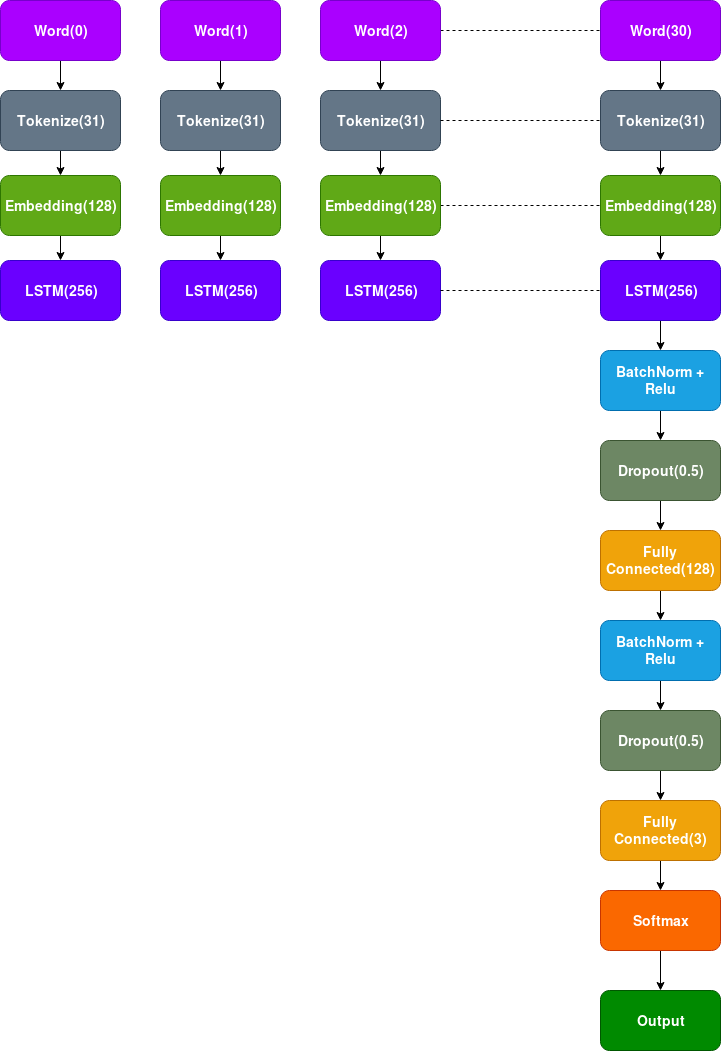
MohamedAli1995/Virgin-Airline-Tweets-Sentiment-Prediction keeps this draw.io diagram as saved_models/diagrams/sentiment_analysis_model_arch.png. Above is the earlier version. Source tidied: cells renumbered, new cells last; positions are measured from the earlier drawing's top-left corner, leaving out a move shared by most shapes. Its diagram source:
```xml
<mxGraphModel>
  <root>
    <mxCell id="0" />
    <mxCell id="1" parent="0" />
    <mxCell id="2" value="LSTM(256)" style="rounded=1;whiteSpace=wrap;html=1;fillColor=#6a00ff;strokeColor=#3700CC;fontColor=#FFFFFF;fontStyle=1;fontSize=14;" parent="1" vertex="1">
      <mxGeometry y="260" width="120" height="60" as="geometry" />
    </mxCell>
    <mxCell id="3" value="LSTM(256)" style="rounded=1;whiteSpace=wrap;html=1;fillColor=#6a00ff;strokeColor=#3700CC;fontColor=#FFFFFF;fontStyle=1;fontSize=14;" parent="1" vertex="1">
      <mxGeometry x="160" y="260" width="120" height="60" as="geometry" />
    </mxCell>
    <mxCell id="4" value="LSTM(256)" style="rounded=1;whiteSpace=wrap;html=1;fillColor=#6a00ff;strokeColor=#3700CC;fontColor=#FFFFFF;fontStyle=1;fontSize=14;" parent="1" vertex="1">
      <mxGeometry x="320" y="260" width="120" height="60" as="geometry" />
    </mxCell>
    <mxCell id="5" style="edgeStyle=orthogonalEdgeStyle;rounded=0;jettySize=auto;html=1;fontSize=16;fontColor=#FFFFFF;" parent="1" edge="1" source="6" target="9">
      <mxGeometry relative="1" as="geometry" />
    </mxCell>
    <mxCell id="6" value="LSTM(256)" style="rounded=1;whiteSpace=wrap;html=1;fillColor=#6a00ff;strokeColor=#3700CC;fontColor=#FFFFFF;fontStyle=1;fontSize=14;" parent="1" vertex="1">
      <mxGeometry x="600" y="260" width="120" height="60" as="geometry" />
    </mxCell>
    <mxCell id="7" style="endArrow=none;dashed=1;html=1;fontSize=20;entryX=0;entryY=0.5;entryDx=0;entryDy=0;exitX=1;exitY=0.5;exitDx=0;exitDy=0;" parent="1" edge="1" source="4" target="6">
      <mxGeometry relative="1" as="geometry" />
    </mxCell>
    <mxCell id="8" style="edgeStyle=orthogonalEdgeStyle;rounded=0;jettySize=auto;html=1;entryX=0.5;entryY=0;entryDx=0;entryDy=0;fontSize=16;fontColor=#FFFFFF;" parent="1" edge="1" source="9" target="11">
      <mxGeometry relative="1" as="geometry" />
    </mxCell>
    <mxCell id="9" value="BatchNorm + Relu" style="rounded=1;whiteSpace=wrap;html=1;fillColor=#1ba1e2;strokeColor=#006EAF;fontColor=#ffffff;fontStyle=1;fontSize=14;" parent="1" vertex="1">
      <mxGeometry x="600" y="350" width="120" height="60" as="geometry" />
    </mxCell>
    <mxCell id="10" style="edgeStyle=orthogonalEdgeStyle;rounded=0;jettySize=auto;html=1;entryX=0.5;entryY=0;entryDx=0;entryDy=0;fontSize=16;fontColor=#FFFFFF;" parent="1" edge="1" source="11" target="31">
      <mxGeometry relative="1" as="geometry" />
    </mxCell>
    <mxCell id="11" value="Dropout(0.5)" style="rounded=1;whiteSpace=wrap;html=1;fillColor=#6d8764;strokeColor=#3A5431;fontStyle=1;fontSize=14;fontColor=#ffffff;" parent="1" vertex="1">
      <mxGeometry x="600" y="440" width="120" height="60" as="geometry" />
    </mxCell>
    <mxCell id="12" style="edgeStyle=orthogonalEdgeStyle;rounded=0;jettySize=auto;html=1;fontSize=16;fontColor=#FFFFFF;" parent="1" edge="1" source="13" target="23">
      <mxGeometry relative="1" as="geometry" />
    </mxCell>
    <mxCell id="13" value="Tokenize(31)" style="rounded=1;whiteSpace=wrap;html=1;fillColor=#647687;strokeColor=#314354;fontSize=14;fontStyle=1;fontColor=#ffffff;" parent="1" vertex="1">
      <mxGeometry y="90" width="120" height="60" as="geometry" />
    </mxCell>
    <mxCell id="14" style="edgeStyle=orthogonalEdgeStyle;rounded=0;jettySize=auto;html=1;entryX=0.5;entryY=0;entryDx=0;entryDy=0;fontSize=16;fontColor=#FFFFFF;" parent="1" edge="1" source="15" target="25">
      <mxGeometry relative="1" as="geometry" />
    </mxCell>
    <mxCell id="15" value="Tokenize(31)" style="rounded=1;whiteSpace=wrap;html=1;fillColor=#647687;strokeColor=#314354;fontSize=14;fontStyle=1;fontColor=#ffffff;" parent="1" vertex="1">
      <mxGeometry x="160" y="90" width="120" height="60" as="geometry" />
    </mxCell>
    <mxCell id="16" style="edgeStyle=orthogonalEdgeStyle;rounded=0;jettySize=auto;html=1;fontSize=16;fontColor=#FFFFFF;" parent="1" edge="1" source="17" target="27">
      <mxGeometry relative="1" as="geometry" />
    </mxCell>
    <mxCell id="17" value="Tokenize(31)" style="rounded=1;whiteSpace=wrap;html=1;fillColor=#647687;strokeColor=#314354;fontSize=14;fontStyle=1;fontColor=#ffffff;" parent="1" vertex="1">
      <mxGeometry x="320" y="90" width="120" height="60" as="geometry" />
    </mxCell>
    <mxCell id="18" style="edgeStyle=orthogonalEdgeStyle;rounded=0;jettySize=auto;html=1;fontSize=16;fontColor=#FFFFFF;" parent="1" edge="1" source="19" target="29">
      <mxGeometry relative="1" as="geometry" />
    </mxCell>
    <mxCell id="19" value="Tokenize(31)" style="rounded=1;whiteSpace=wrap;html=1;fillColor=#647687;strokeColor=#314354;fontSize=14;fontStyle=1;fontColor=#ffffff;" parent="1" vertex="1">
      <mxGeometry x="600" y="90" width="120" height="60" as="geometry" />
    </mxCell>
    <mxCell id="20" style="endArrow=none;dashed=1;html=1;fontSize=20;entryX=0;entryY=0.5;entryDx=0;entryDy=0;exitX=1;exitY=0.5;exitDx=0;exitDy=0;" parent="1" edge="1" source="17" target="19">
      <mxGeometry relative="1" as="geometry" />
    </mxCell>
    <mxCell id="21" style="endArrow=none;dashed=1;html=1;fontSize=20;entryX=0;entryY=0.5;entryDx=0;entryDy=0;exitX=1;exitY=0.5;exitDx=0;exitDy=0;" parent="1" edge="1" source="27" target="29">
      <mxGeometry relative="1" as="geometry" />
    </mxCell>
    <mxCell id="22" style="edgeStyle=orthogonalEdgeStyle;rounded=0;jettySize=auto;html=1;entryX=0.5;entryY=0;entryDx=0;entryDy=0;fontSize=16;fontColor=#FFFFFF;" parent="1" edge="1" source="23" target="2">
      <mxGeometry relative="1" as="geometry" />
    </mxCell>
    <mxCell id="23" value="Embedding(128)" style="rounded=1;whiteSpace=wrap;html=1;fillColor=#60a917;strokeColor=#2D7600;fontColor=#ffffff;fontSize=14;fontStyle=1;" parent="1" vertex="1">
      <mxGeometry y="175" width="120" height="60" as="geometry" />
    </mxCell>
    <mxCell id="24" style="edgeStyle=orthogonalEdgeStyle;rounded=0;jettySize=auto;html=1;fontSize=16;fontColor=#FFFFFF;" parent="1" edge="1" source="25" target="3">
      <mxGeometry relative="1" as="geometry" />
    </mxCell>
    <mxCell id="25" value="Embedding(128)" style="rounded=1;whiteSpace=wrap;html=1;fillColor=#60a917;strokeColor=#2D7600;fontColor=#ffffff;fontSize=14;fontStyle=1;" parent="1" vertex="1">
      <mxGeometry x="160" y="175" width="120" height="60" as="geometry" />
    </mxCell>
    <mxCell id="26" style="edgeStyle=orthogonalEdgeStyle;rounded=0;jettySize=auto;html=1;fontSize=16;fontColor=#FFFFFF;" parent="1" edge="1" source="27" target="4">
      <mxGeometry relative="1" as="geometry" />
    </mxCell>
    <mxCell id="27" value="Embedding(128)" style="rounded=1;whiteSpace=wrap;html=1;fillColor=#60a917;strokeColor=#2D7600;fontColor=#ffffff;fontSize=14;fontStyle=1;" parent="1" vertex="1">
      <mxGeometry x="320" y="175" width="120" height="60" as="geometry" />
    </mxCell>
    <mxCell id="28" style="edgeStyle=orthogonalEdgeStyle;rounded=0;jettySize=auto;html=1;entryX=0.5;entryY=0;entryDx=0;entryDy=0;fontSize=16;fontColor=#FFFFFF;" parent="1" edge="1" source="29" target="6">
      <mxGeometry relative="1" as="geometry" />
    </mxCell>
    <mxCell id="29" value="Embedding(128)" style="rounded=1;whiteSpace=wrap;html=1;fillColor=#60a917;strokeColor=#2D7600;fontColor=#ffffff;fontSize=14;fontStyle=1;" parent="1" vertex="1">
      <mxGeometry x="600" y="175" width="120" height="60" as="geometry" />
    </mxCell>
    <mxCell id="30" style="edgeStyle=orthogonalEdgeStyle;rounded=0;jettySize=auto;html=1;entryX=0.5;entryY=0;entryDx=0;entryDy=0;fontSize=16;fontColor=#FFFFFF;" parent="1" edge="1" source="31" target="33">
      <mxGeometry relative="1" as="geometry" />
    </mxCell>
    <mxCell id="31" value="Fully Connected(128)" style="rounded=1;whiteSpace=wrap;html=1;fillColor=#f0a30a;strokeColor=#BD7000;fontStyle=1;fontSize=14;fontColor=#ffffff;" parent="1" vertex="1">
      <mxGeometry x="600" y="530" width="120" height="60" as="geometry" />
    </mxCell>
    <mxCell id="32" style="edgeStyle=orthogonalEdgeStyle;rounded=0;jettySize=auto;html=1;entryX=0.5;entryY=0;entryDx=0;entryDy=0;fontSize=16;fontColor=#FFFFFF;" parent="1" edge="1" source="33" target="35">
      <mxGeometry relative="1" as="geometry" />
    </mxCell>
    <mxCell id="33" value="BatchNorm + Relu" style="rounded=1;whiteSpace=wrap;html=1;fillColor=#1ba1e2;strokeColor=#006EAF;fontColor=#ffffff;fontStyle=1;fontSize=14;" parent="1" vertex="1">
      <mxGeometry x="600" y="620" width="120" height="60" as="geometry" />
    </mxCell>
    <mxCell id="34" style="edgeStyle=orthogonalEdgeStyle;rounded=0;jettySize=auto;html=1;fontSize=16;fontColor=#FFFFFF;" parent="1" edge="1" source="35" target="37">
      <mxGeometry relative="1" as="geometry" />
    </mxCell>
    <mxCell id="35" value="Dropout(0.5)" style="rounded=1;whiteSpace=wrap;html=1;fillColor=#6d8764;strokeColor=#3A5431;fontStyle=1;fontSize=14;fontColor=#ffffff;" parent="1" vertex="1">
      <mxGeometry x="600" y="710" width="120" height="60" as="geometry" />
    </mxCell>
    <mxCell id="36" style="edgeStyle=orthogonalEdgeStyle;rounded=0;jettySize=auto;html=1;entryX=0.5;entryY=0;entryDx=0;entryDy=0;fontSize=16;fontColor=#FFFFFF;" parent="1" edge="1" source="37" target="39">
      <mxGeometry relative="1" as="geometry" />
    </mxCell>
    <mxCell id="37" value="Fully Connected(3)" style="rounded=1;whiteSpace=wrap;html=1;fillColor=#f0a30a;strokeColor=#BD7000;fontStyle=1;fontSize=14;fontColor=#ffffff;" parent="1" vertex="1">
      <mxGeometry x="600" y="800" width="120" height="60" as="geometry" />
    </mxCell>
    <mxCell id="38" style="edgeStyle=orthogonalEdgeStyle;rounded=0;jettySize=auto;html=1;fontSize=16;fontColor=#FFFFFF;" parent="1" edge="1" source="39" target="40">
      <mxGeometry relative="1" as="geometry" />
    </mxCell>
    <mxCell id="39" value="Softmax" style="rounded=1;whiteSpace=wrap;html=1;fillColor=#fa6800;strokeColor=#C73500;fontStyle=1;fontSize=14;fontColor=#ffffff;" parent="1" vertex="1">
      <mxGeometry x="600" y="890" width="120" height="60" as="geometry" />
    </mxCell>
    <mxCell id="40" value="Output" style="rounded=1;whiteSpace=wrap;html=1;fillColor=#008a00;strokeColor=#005700;fontStyle=1;fontSize=14;fontColor=#ffffff;" parent="1" vertex="1">
      <mxGeometry x="600" y="990" width="120" height="60" as="geometry" />
    </mxCell>
    <mxCell id="41" style="edgeStyle=orthogonalEdgeStyle;rounded=0;jettySize=auto;html=1;exitX=0.5;exitY=1;exitDx=0;exitDy=0;entryX=0.5;entryY=0;entryDx=0;entryDy=0;fontSize=14;fontColor=#FFFFFF;" parent="1" edge="1" source="42" target="19">
      <mxGeometry relative="1" as="geometry" />
    </mxCell>
    <mxCell id="42" value="Word(30)" style="rounded=1;whiteSpace=wrap;html=1;fillColor=#aa00ff;strokeColor=#7700CC;fontSize=14;fontStyle=1;fontColor=#ffffff;" parent="1" vertex="1">
      <mxGeometry x="600" width="120" height="60" as="geometry" />
    </mxCell>
    <mxCell id="43" style="endArrow=none;dashed=1;html=1;fontSize=20;entryX=0;entryY=0.5;entryDx=0;entryDy=0;exitX=1;exitY=0.5;exitDx=0;exitDy=0;" parent="1" edge="1" source="45" target="42">
      <mxGeometry relative="1" as="geometry" />
    </mxCell>
    <mxCell id="44" style="edgeStyle=orthogonalEdgeStyle;rounded=0;jettySize=auto;html=1;exitX=0.5;exitY=1;exitDx=0;exitDy=0;entryX=0.5;entryY=0;entryDx=0;entryDy=0;fontSize=14;fontColor=#FFFFFF;" parent="1" edge="1" source="45" target="17">
      <mxGeometry relative="1" as="geometry" />
    </mxCell>
    <mxCell id="45" value="Word(2)" style="rounded=1;whiteSpace=wrap;html=1;fillColor=#aa00ff;strokeColor=#7700CC;fontSize=14;fontStyle=1;fontColor=#ffffff;" parent="1" vertex="1">
      <mxGeometry x="320" width="120" height="60" as="geometry" />
    </mxCell>
    <mxCell id="46" style="edgeStyle=orthogonalEdgeStyle;rounded=0;jettySize=auto;html=1;exitX=0.5;exitY=1;exitDx=0;exitDy=0;entryX=0.5;entryY=0;entryDx=0;entryDy=0;fontSize=14;fontColor=#FFFFFF;" parent="1" edge="1" source="47" target="15">
      <mxGeometry relative="1" as="geometry" />
    </mxCell>
    <mxCell id="47" value="Word(1)" style="rounded=1;whiteSpace=wrap;html=1;fillColor=#aa00ff;strokeColor=#7700CC;fontSize=14;fontStyle=1;fontColor=#ffffff;" parent="1" vertex="1">
      <mxGeometry x="160" width="120" height="60" as="geometry" />
    </mxCell>
    <mxCell id="48" style="edgeStyle=orthogonalEdgeStyle;rounded=0;jettySize=auto;html=1;exitX=0.5;exitY=1;exitDx=0;exitDy=0;entryX=0.5;entryY=0;entryDx=0;entryDy=0;fontSize=14;fontColor=#FFFFFF;" parent="1" edge="1" source="49" target="13">
      <mxGeometry relative="1" as="geometry" />
    </mxCell>
    <mxCell id="49" value="Word(0)" style="rounded=1;whiteSpace=wrap;html=1;fillColor=#aa00ff;strokeColor=#7700CC;fontSize=14;fontStyle=1;fontColor=#ffffff;" parent="1" vertex="1">
      <mxGeometry width="120" height="60" as="geometry" />
    </mxCell>
  </root>
</mxGraphModel>
```
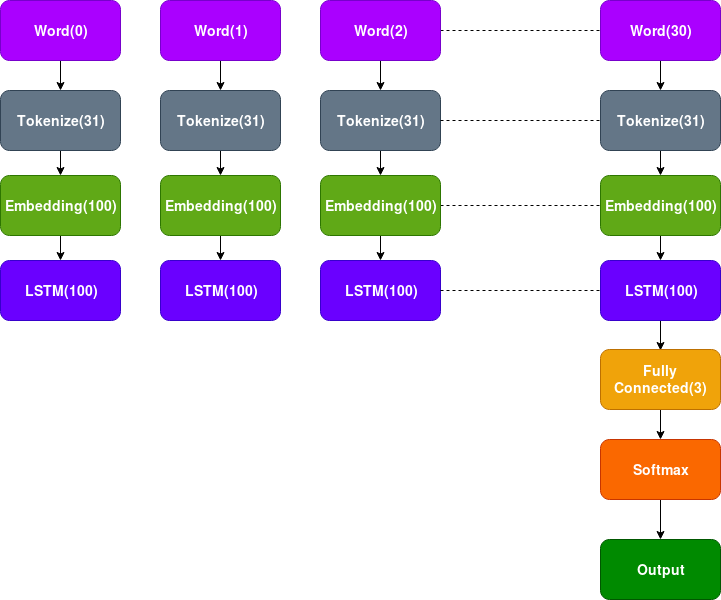
After the commit.

What changed in the source:
```diff
@@ -2,36 +2,26 @@
   <root>
     <mxCell id="0" />
     <mxCell id="1" parent="0" />
-    <mxCell id="2" value="LSTM(256)" style="rounded=1;whiteSpace=wrap;html=1;fillColor=#6a00ff;strokeColor=#3700CC;fontColor=#FFFFFF;fontStyle=1;fontSize=14;" parent="1" vertex="1">
+    <mxCell id="2" value="LSTM(100)" style="rounded=1;whiteSpace=wrap;html=1;fillColor=#6a00ff;strokeColor=#3700CC;fontColor=#FFFFFF;fontStyle=1;fontSize=14;" parent="1" vertex="1">
       <mxGeometry y="260" width="120" height="60" as="geometry" />
     </mxCell>
-    <mxCell id="3" value="LSTM(256)" style="rounded=1;whiteSpace=wrap;html=1;fillColor=#6a00ff;strokeColor=#3700CC;fontColor=#FFFFFF;fontStyle=1;fontSize=14;" parent="1" vertex="1">
+    <mxCell id="3" value="LSTM(100)" style="rounded=1;whiteSpace=wrap;html=1;fillColor=#6a00ff;strokeColor=#3700CC;fontColor=#FFFFFF;fontStyle=1;fontSize=14;" parent="1" vertex="1">
       <mxGeometry x="160" y="260" width="120" height="60" as="geometry" />
     </mxCell>
-    <mxCell id="4" value="LSTM(256)" style="rounded=1;whiteSpace=wrap;html=1;fillColor=#6a00ff;strokeColor=#3700CC;fontColor=#FFFFFF;fontStyle=1;fontSize=14;" parent="1" vertex="1">
+    <mxCell id="4" value="LSTM(100)" style="rounded=1;whiteSpace=wrap;html=1;fillColor=#6a00ff;strokeColor=#3700CC;fontColor=#FFFFFF;fontStyle=1;fontSize=14;" parent="1" vertex="1">
       <mxGeometry x="320" y="260" width="120" height="60" as="geometry" />
     </mxCell>
-    <mxCell id="5" style="edgeStyle=orthogonalEdgeStyle;rounded=0;jettySize=auto;html=1;fontSize=16;fontColor=#FFFFFF;" parent="1" edge="1" source="6" target="9">
-      <mxGeometry relative="1" as="geometry" />
+    <mxCell id="5" style="edgeStyle=orthogonalEdgeStyle;rounded=0;jettySize=auto;html=1;fontSize=16;fontColor=#FFFFFF;" parent="1" edge="1" source="6">
+      <mxGeometry relative="1" as="geometry">
+        <mxPoint x="660" y="350" as="targetPoint" />
+      </mxGeometry>
     </mxCell>
-    <mxCell id="6" value="LSTM(256)" style="rounded=1;whiteSpace=wrap;html=1;fillColor=#6a00ff;strokeColor=#3700CC;fontColor=#FFFFFF;fontStyle=1;fontSize=14;" parent="1" vertex="1">
+    <mxCell id="6" value="LSTM(100)" style="rounded=1;whiteSpace=wrap;html=1;fillColor=#6a00ff;strokeColor=#3700CC;fontColor=#FFFFFF;fontStyle=1;fontSize=14;" parent="1" vertex="1">
       <mxGeometry x="600" y="260" width="120" height="60" as="geometry" />
     </mxCell>
     <mxCell id="7" style="endArrow=none;dashed=1;html=1;fontSize=20;entryX=0;entryY=0.5;entryDx=0;entryDy=0;exitX=1;exitY=0.5;exitDx=0;exitDy=0;" parent="1" edge="1" source="4" target="6">
       <mxGeometry relative="1" as="geometry" />
     </mxCell>
-    <mxCell id="8" style="edgeStyle=orthogonalEdgeStyle;rounded=0;jettySize=auto;html=1;entryX=0.5;entryY=0;entryDx=0;entryDy=0;fontSize=16;fontColor=#FFFFFF;" parent="1" edge="1" source="9" target="11">
-      <mxGeometry relative="1" as="geometry" />
-    </mxCell>
-    <mxCell id="9" value="BatchNorm + Relu" style="rounded=1;whiteSpace=wrap;html=1;fillColor=#1ba1e2;strokeColor=#006EAF;fontColor=#ffffff;fontStyle=1;fontSize=14;" parent="1" vertex="1">
-      <mxGeometry x="600" y="350" width="120" height="60" as="geometry" />
-    </mxCell>
-    <mxCell id="10" style="edgeStyle=orthogonalEdgeStyle;rounded=0;jettySize=auto;html=1;entryX=0.5;entryY=0;entryDx=0;entryDy=0;fontSize=16;fontColor=#FFFFFF;" parent="1" edge="1" source="11" target="31">
-      <mxGeometry relative="1" as="geometry" />
-    </mxCell>
-    <mxCell id="11" value="Dropout(0.5)" style="rounded=1;whiteSpace=wrap;html=1;fillColor=#6d8764;strokeColor=#3A5431;fontStyle=1;fontSize=14;fontColor=#ffffff;" parent="1" vertex="1">
-      <mxGeometry x="600" y="440" width="120" height="60" as="geometry" />
-    </mxCell>
     <mxCell id="12" style="edgeStyle=orthogonalEdgeStyle;rounded=0;jettySize=auto;html=1;fontSize=16;fontColor=#FFFFFF;" parent="1" edge="1" source="13" target="23">
       <mxGeometry relative="1" as="geometry" />
     </mxCell>
@@ -65,59 +55,41 @@
     <mxCell id="22" style="edgeStyle=orthogonalEdgeStyle;rounded=0;jettySize=auto;html=1;entryX=0.5;entryY=0;entryDx=0;entryDy=0;fontSize=16;fontColor=#FFFFFF;" parent="1" edge="1" source="23" target="2">
       <mxGeometry relative="1" as="geometry" />
     </mxCell>
-    <mxCell id="23" value="Embedding(128)" style="rounded=1;whiteSpace=wrap;html=1;fillColor=#60a917;strokeColor=#2D7600;fontColor=#ffffff;fontSize=14;fontStyle=1;" parent="1" vertex="1">
+    <mxCell id="23" value="Embedding(100)" style="rounded=1;whiteSpace=wrap;html=1;fillColor=#60a917;strokeColor=#2D7600;fontColor=#ffffff;fontSize=14;fontStyle=1;" parent="1" vertex="1">
       <mxGeometry y="175" width="120" height="60" as="geometry" />
     </mxCell>
     <mxCell id="24" style="edgeStyle=orthogonalEdgeStyle;rounded=0;jettySize=auto;html=1;fontSize=16;fontColor=#FFFFFF;" parent="1" edge="1" source="25" target="3">
       <mxGeometry relative="1" as="geometry" />
     </mxCell>
-    <mxCell id="25" value="Embedding(128)" style="rounded=1;whiteSpace=wrap;html=1;fillColor=#60a917;strokeColor=#2D7600;fontColor=#ffffff;fontSize=14;fontStyle=1;" parent="1" vertex="1">
+    <mxCell id="25" value="Embedding(100)" style="rounded=1;whiteSpace=wrap;html=1;fillColor=#60a917;strokeColor=#2D7600;fontColor=#ffffff;fontSize=14;fontStyle=1;" parent="1" vertex="1">
       <mxGeometry x="160" y="175" width="120" height="60" as="geometry" />
     </mxCell>
     <mxCell id="26" style="edgeStyle=orthogonalEdgeStyle;rounded=0;jettySize=auto;html=1;fontSize=16;fontColor=#FFFFFF;" parent="1" edge="1" source="27" target="4">
       <mxGeometry relative="1" as="geometry" />
     </mxCell>
-    <mxCell id="27" value="Embedding(128)" style="rounded=1;whiteSpace=wrap;html=1;fillColor=#60a917;strokeColor=#2D7600;fontColor=#ffffff;fontSize=14;fontStyle=1;" parent="1" vertex="1">
+    <mxCell id="27" value="Embedding(100)" style="rounded=1;whiteSpace=wrap;html=1;fillColor=#60a917;strokeColor=#2D7600;fontColor=#ffffff;fontSize=14;fontStyle=1;" parent="1" vertex="1">
       <mxGeometry x="320" y="175" width="120" height="60" as="geometry" />
     </mxCell>
     <mxCell id="28" style="edgeStyle=orthogonalEdgeStyle;rounded=0;jettySize=auto;html=1;entryX=0.5;entryY=0;entryDx=0;entryDy=0;fontSize=16;fontColor=#FFFFFF;" parent="1" edge="1" source="29" target="6">
       <mxGeometry relative="1" as="geometry" />
     </mxCell>
-    <mxCell id="29" value="Embedding(128)" style="rounded=1;whiteSpace=wrap;html=1;fillColor=#60a917;strokeColor=#2D7600;fontColor=#ffffff;fontSize=14;fontStyle=1;" parent="1" vertex="1">
+    <mxCell id="29" value="Embedding(100)" style="rounded=1;whiteSpace=wrap;html=1;fillColor=#60a917;strokeColor=#2D7600;fontColor=#ffffff;fontSize=14;fontStyle=1;" parent="1" vertex="1">
       <mxGeometry x="600" y="175" width="120" height="60" as="geometry" />
     </mxCell>
-    <mxCell id="30" style="edgeStyle=orthogonalEdgeStyle;rounded=0;jettySize=auto;html=1;entryX=0.5;entryY=0;entryDx=0;entryDy=0;fontSize=16;fontColor=#FFFFFF;" parent="1" edge="1" source="31" target="33">
-      <mxGeometry relative="1" as="geometry" />
-    </mxCell>
-    <mxCell id="31" value="Fully Connected(128)" style="rounded=1;whiteSpace=wrap;html=1;fillColor=#f0a30a;strokeColor=#BD7000;fontStyle=1;fontSize=14;fontColor=#ffffff;" parent="1" vertex="1">
-      <mxGeometry x="600" y="530" width="120" height="60" as="geometry" />
-    </mxCell>
-    <mxCell id="32" style="edgeStyle=orthogonalEdgeStyle;rounded=0;jettySize=auto;html=1;entryX=0.5;entryY=0;entryDx=0;entryDy=0;fontSize=16;fontColor=#FFFFFF;" parent="1" edge="1" source="33" target="35">
-      <mxGeometry relative="1" as="geometry" />
-    </mxCell>
-    <mxCell id="33" value="BatchNorm + Relu" style="rounded=1;whiteSpace=wrap;html=1;fillColor=#1ba1e2;strokeColor=#006EAF;fontColor=#ffffff;fontStyle=1;fontSize=14;" parent="1" vertex="1">
-      <mxGeometry x="600" y="620" width="120" height="60" as="geometry" />
-    </mxCell>
-    <mxCell id="34" style="edgeStyle=orthogonalEdgeStyle;rounded=0;jettySize=auto;html=1;fontSize=16;fontColor=#FFFFFF;" parent="1" edge="1" source="35" target="37">
-      <mxGeometry relative="1" as="geometry" />
-    </mxCell>
-    <mxCell id="35" value="Dropout(0.5)" style="rounded=1;whiteSpace=wrap;html=1;fillColor=#6d8764;strokeColor=#3A5431;fontStyle=1;fontSize=14;fontColor=#ffffff;" parent="1" vertex="1">
-      <mxGeometry x="600" y="710" width="120" height="60" as="geometry" />
-    </mxCell>
     <mxCell id="36" style="edgeStyle=orthogonalEdgeStyle;rounded=0;jettySize=auto;html=1;entryX=0.5;entryY=0;entryDx=0;entryDy=0;fontSize=16;fontColor=#FFFFFF;" parent="1" edge="1" source="37" target="39">
       <mxGeometry relative="1" as="geometry" />
     </mxCell>
     <mxCell id="37" value="Fully Connected(3)" style="rounded=1;whiteSpace=wrap;html=1;fillColor=#f0a30a;strokeColor=#BD7000;fontStyle=1;fontSize=14;fontColor=#ffffff;" parent="1" vertex="1">
-      <mxGeometry x="600" y="800" width="120" height="60" as="geometry" />
+      <mxGeometry x="600" y="349" width="120" height="60" as="geometry" />
     </mxCell>
     <mxCell id="38" style="edgeStyle=orthogonalEdgeStyle;rounded=0;jettySize=auto;html=1;fontSize=16;fontColor=#FFFFFF;" parent="1" edge="1" source="39" target="40">
       <mxGeometry relative="1" as="geometry" />
     </mxCell>
     <mxCell id="39" value="Softmax" style="rounded=1;whiteSpace=wrap;html=1;fillColor=#fa6800;strokeColor=#C73500;fontStyle=1;fontSize=14;fontColor=#ffffff;" parent="1" vertex="1">
-      <mxGeometry x="600" y="890" width="120" height="60" as="geometry" />
+      <mxGeometry x="600" y="439" width="120" height="60" as="geometry" />
     </mxCell>
     <mxCell id="40" value="Output" style="rounded=1;whiteSpace=wrap;html=1;fillColor=#008a00;strokeColor=#005700;fontStyle=1;fontSize=14;fontColor=#ffffff;" parent="1" vertex="1">
-      <mxGeometry x="600" y="990" width="120" height="60" as="geometry" />
+      <mxGeometry x="600" y="539" width="120" height="60" as="geometry" />
     </mxCell>
     <mxCell id="41" style="edgeStyle=orthogonalEdgeStyle;rounded=0;jettySize=auto;html=1;exitX=0.5;exitY=1;exitDx=0;exitDy=0;entryX=0.5;entryY=0;entryDx=0;entryDy=0;fontSize=14;fontColor=#FFFFFF;" parent="1" edge="1" source="42" target="19">
       <mxGeometry relative="1" as="geometry" />
```
